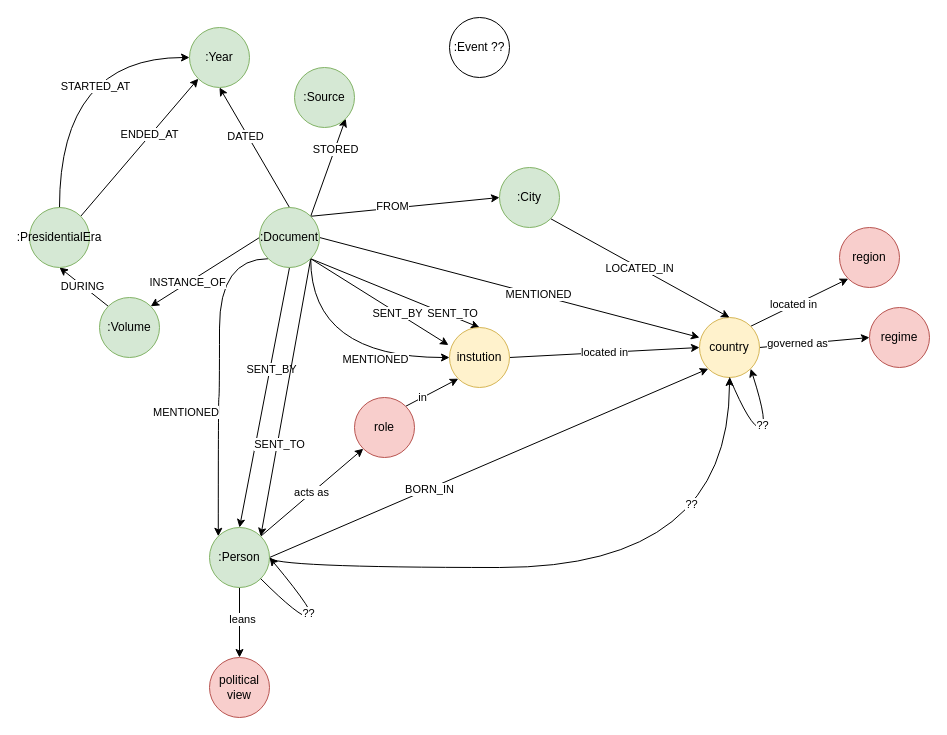
Earlier version of the draw.io diagram frus_kg-2.drawio (gozsoy/decipher-frus). Source tidied: cells renumbered, new cells numbered last; positions are measured from the earlier drawing's top-left corner, leaving out a move shared by most shapes. Both pictures are drawn from the tidied source at 100%, with x=0, y=0 at pixel (29, 17).
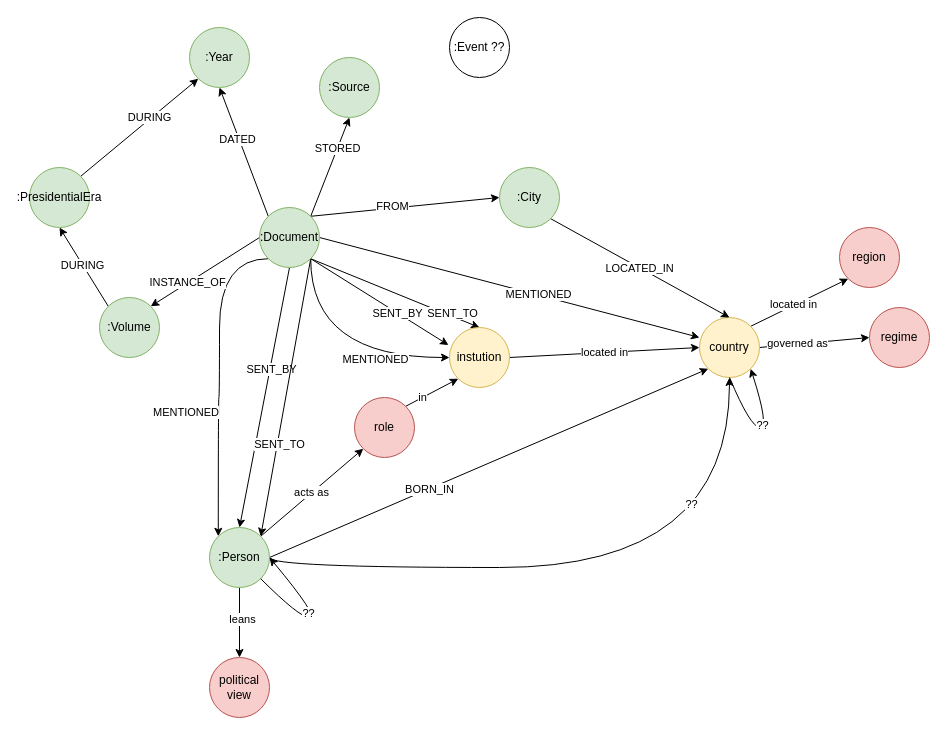
Above is the later version.

The change refers to these unchanged cells:
```xml
<mxCell id="26" value=":Document" style="ellipse;whiteSpace=wrap;html=1;fillColor=#d5e8d4;strokeColor=#82b366;" parent="1" vertex="1">
  <mxGeometry x="230" y="190" width="60" height="60" as="geometry" />
</mxCell>
<mxCell id="40" value=":Year" style="ellipse;whiteSpace=wrap;html=1;fillColor=#d5e8d4;strokeColor=#82b366;" parent="1" vertex="1">
  <mxGeometry x="160" y="10" width="60" height="60" as="geometry" />
</mxCell>
<mxCell id="54" style="rounded=0;jettySize=auto;html=1;exitX=1;exitY=0;exitDx=0;exitDy=0;entryX=0;entryY=1;entryDx=0;entryDy=0;" parent="1" edge="1" source="56" target="40">
  <mxGeometry relative="1" as="geometry" />
</mxCell>
```

The edit, as a diff of the source:
```diff
@@
-    <mxCell id="2" style="rounded=0;jettySize=auto;html=1;exitX=0.5;exitY=0;exitDx=0;exitDy=0;entryX=0.5;entryY=1;entryDx=0;entryDy=0;" parent="1" edge="1" source="26" target="40">
+    <mxCell id="2" style="rounded=0;jettySize=auto;html=1;exitX=0;exitY=0;exitDx=0;exitDy=0;entryX=0.5;entryY=1;entryDx=0;entryDy=0;" parent="1" edge="1" source="26" target="40">
       <mxGeometry relative="1" as="geometry" />
     </mxCell>
@@
-    <mxCell id="16" style="edgeStyle=none;rounded=0;jettySize=auto;html=1;exitX=1;exitY=0;exitDx=0;exitDy=0;entryX=1;entryY=1;entryDx=0;entryDy=0;" parent="1" edge="1" source="26" target="48">
+    <mxCell id="16" style="edgeStyle=none;rounded=0;jettySize=auto;html=1;exitX=1;exitY=0;exitDx=0;exitDy=0;entryX=0.5;entryY=1;entryDx=0;entryDy=0;" parent="1" edge="1" source="26" target="48">
       <mxGeometry relative="1" as="geometry" />
     </mxCell>
@@
     <mxCell id="48" value=":Source" style="ellipse;whiteSpace=wrap;html=1;fillColor=#d5e8d4;strokeColor=#82b366;" parent="1" vertex="1">
-      <mxGeometry x="265" y="50" width="60" height="60" as="geometry" />
+      <mxGeometry x="290" y="40" width="60" height="60" as="geometry" />
     </mxCell>
@@
-    <mxCell id="52" style="edgeStyle=orthogonalEdgeStyle;curved=1;rounded=0;jettySize=auto;html=1;exitX=0.5;exitY=0;exitDx=0;exitDy=0;entryX=0;entryY=0.5;entryDx=0;entryDy=0;" parent="1" edge="1" source="56" target="40">
-      <mxGeometry relative="1" as="geometry" />
-    </mxCell>
-    <mxCell id="53" value="STARTED_AT" style="edgeLabel;html=1;align=center;verticalAlign=middle;" parent="52" vertex="1">
-      <mxGeometry x="0.32" y="-27" relative="1" as="geometry">
-        <mxPoint y="1" as="offset" />
-      </mxGeometry>
-    </mxCell>
@@
-    <mxCell id="55" value="ENDED_AT" style="edgeLabel;html=1;align=center;verticalAlign=middle;" parent="54" vertex="1">
+    <mxCell id="55" value="DURING" style="edgeLabel;html=1;align=center;verticalAlign=middle;" parent="54" vertex="1">
       <mxGeometry x="0.18" y="2" relative="1" as="geometry" />
     </mxCell>
     <mxCell id="56" value=":PresidentialEra" style="ellipse;whiteSpace=wrap;html=1;fillColor=#d5e8d4;strokeColor=#82b366;" parent="1" vertex="1">
-      <mxGeometry y="190" width="60" height="60" as="geometry" />
+      <mxGeometry y="150" width="60" height="60" as="geometry" />
     </mxCell>
```
